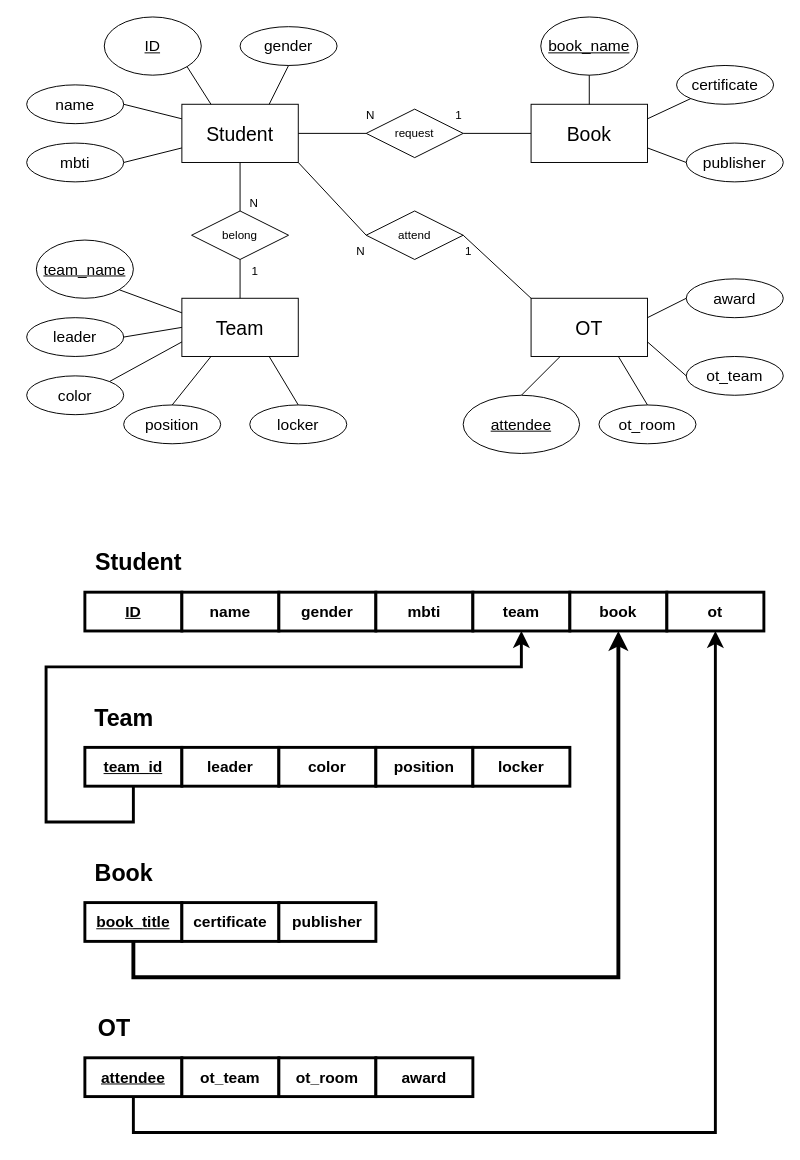
lee-j-j/LJJ keeps this draw.io diagram as DB과제.drawio. Above is the earlier version. Source tidied: cells renumbered, new cells numbered last; positions are measured from the earlier drawing's top-left corner, leaving out a move shared by most shapes. Both pictures are drawn from the tidied source at 97%, with x=0, y=0 at pixel (26, 16).
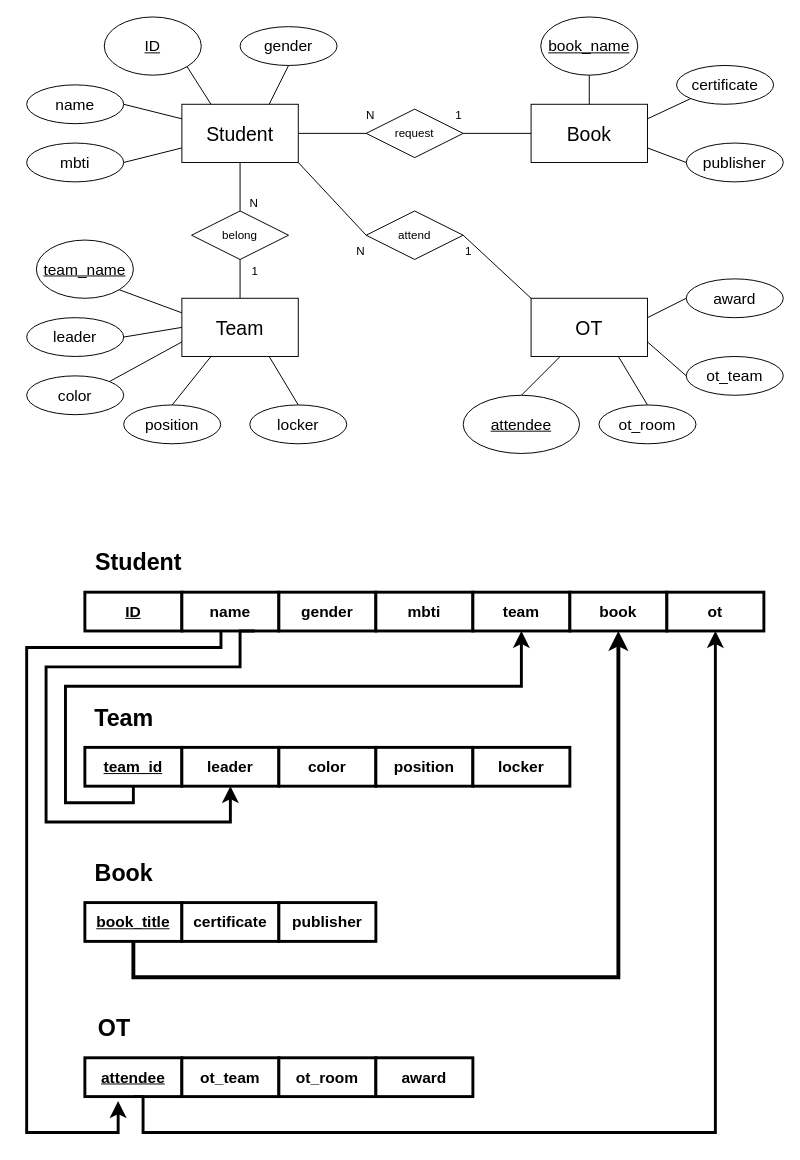
Above is the later version.

Commit message (it also covers changes not shown here):
DB과제.drawio 업데이트

The change refers to these unchanged cells:
```xml
<mxCell id="51" value="&lt;font style=&quot;font-size: 16px;&quot;&gt;&lt;b&gt;name&lt;/b&gt;&lt;/font&gt;" style="rounded=0;whiteSpace=wrap;html=1;labelBackgroundColor=none;strokeWidth=3;" parent="1" vertex="1">
  <mxGeometry x="160" y="593" width="100" height="40" as="geometry" />
</mxCell>
<mxCell id="54" value="&lt;font style=&quot;font-size: 16px;&quot;&gt;&lt;b&gt;team&lt;/b&gt;&lt;/font&gt;" style="rounded=0;whiteSpace=wrap;html=1;labelBackgroundColor=none;strokeWidth=3;" parent="1" vertex="1">
  <mxGeometry x="460" y="593" width="100" height="40" as="geometry" />
</mxCell>
<mxCell id="57" value="team_id" style="rounded=0;whiteSpace=wrap;html=1;fontSize=16;fontStyle=5;labelBackgroundColor=none;strokeWidth=3;" parent="1" vertex="1">
  <mxGeometry x="60" y="753" width="100" height="40" as="geometry" />
</mxCell>
<mxCell id="58" value="leader" style="rounded=0;whiteSpace=wrap;html=1;fontSize=16;fontStyle=1;labelBackgroundColor=none;strokeWidth=3;" parent="1" vertex="1">
  <mxGeometry x="160" y="753" width="100" height="40" as="geometry" />
</mxCell>
<mxCell id="67" value="attendee" style="rounded=0;whiteSpace=wrap;html=1;fontSize=16;fontStyle=5;labelBackgroundColor=none;strokeWidth=3;" parent="1" vertex="1">
  <mxGeometry x="60" y="1073" width="100" height="40" as="geometry" />
</mxCell>
<mxCell id="72" value="&lt;font style=&quot;font-size: 16px;&quot;&gt;&lt;b&gt;ot&lt;/b&gt;&lt;/font&gt;" style="rounded=0;whiteSpace=wrap;html=1;labelBackgroundColor=none;strokeWidth=3;" parent="1" vertex="1">
  <mxGeometry x="660" y="593" width="100" height="40" as="geometry" />
</mxCell>
```

Change to the diagram source:
```diff
@@
     <mxCell id="76" style="edgeStyle=segmentEdgeStyle;endArrow=classic;html=1;curved=0;rounded=0;endSize=8;startSize=8;exitX=0.5;exitY=1;exitDx=0;exitDy=0;entryX=0.5;entryY=1;entryDx=0;entryDy=0;strokeWidth=3;" parent="1" edge="1" source="57" target="54">
       <mxGeometry relative="1" as="geometry">
         <Array as="points">
-          <mxPoint x="110" y="830" />
-          <mxPoint x="20" y="830" />
-          <mxPoint x="20" y="670" />
-          <mxPoint x="510" y="670" />
+          <mxPoint x="110" y="810" />
+          <mxPoint x="40" y="810" />
+          <mxPoint x="40" y="690" />
+          <mxPoint x="510" y="690" />
         </Array>
       </mxGeometry>
     </mxCell>
@@
     <mxCell id="78" style="edgeStyle=segmentEdgeStyle;endArrow=classic;html=1;curved=0;rounded=0;endSize=8;startSize=8;exitX=0.5;exitY=1;exitDx=0;exitDy=0;entryX=0.5;entryY=1;entryDx=0;entryDy=0;strokeWidth=3;" parent="1" edge="1" source="67" target="72">
       <mxGeometry relative="1" as="geometry">
         <Array as="points">
-          <mxPoint x="110" y="1150" />
+          <mxPoint x="120" y="1113" />
+          <mxPoint x="120" y="1150" />
           <mxPoint x="710" y="1150" />
         </Array>
       </mxGeometry>
     </mxCell>
+    <mxCell id="79" style="edgeStyle=segmentEdgeStyle;endArrow=classic;html=1;curved=0;rounded=0;endSize=8;startSize=8;exitX=0.75;exitY=1;exitDx=0;exitDy=0;entryX=0.5;entryY=1;entryDx=0;entryDy=0;strokeWidth=3;" parent="1" edge="1" source="51" target="58">
+      <mxGeometry relative="1" as="geometry">
+        <Array as="points">
+          <mxPoint x="220" y="633" />
+          <mxPoint x="220" y="670" />
+          <mxPoint x="20" y="670" />
+          <mxPoint x="20" y="830" />
+          <mxPoint x="210" y="830" />
+        </Array>
+      </mxGeometry>
+    </mxCell>
+    <mxCell id="80" style="edgeStyle=segmentEdgeStyle;endArrow=classic;html=1;curved=0;rounded=0;endSize=8;startSize=8;entryX=0.343;entryY=1.117;entryDx=0;entryDy=0;entryPerimeter=0;exitX=0.403;exitY=1;exitDx=0;exitDy=0;exitPerimeter=0;strokeWidth=3;" parent="1" edge="1" source="51" target="67">
+      <mxGeometry relative="1" as="geometry">
+        <Array as="points">
+          <mxPoint x="200" y="650" />
+          <mxPoint y="650" />
+          <mxPoint y="1150" />
+          <mxPoint x="94" y="1150" />
+        </Array>
+      </mxGeometry>
+    </mxCell>
```
